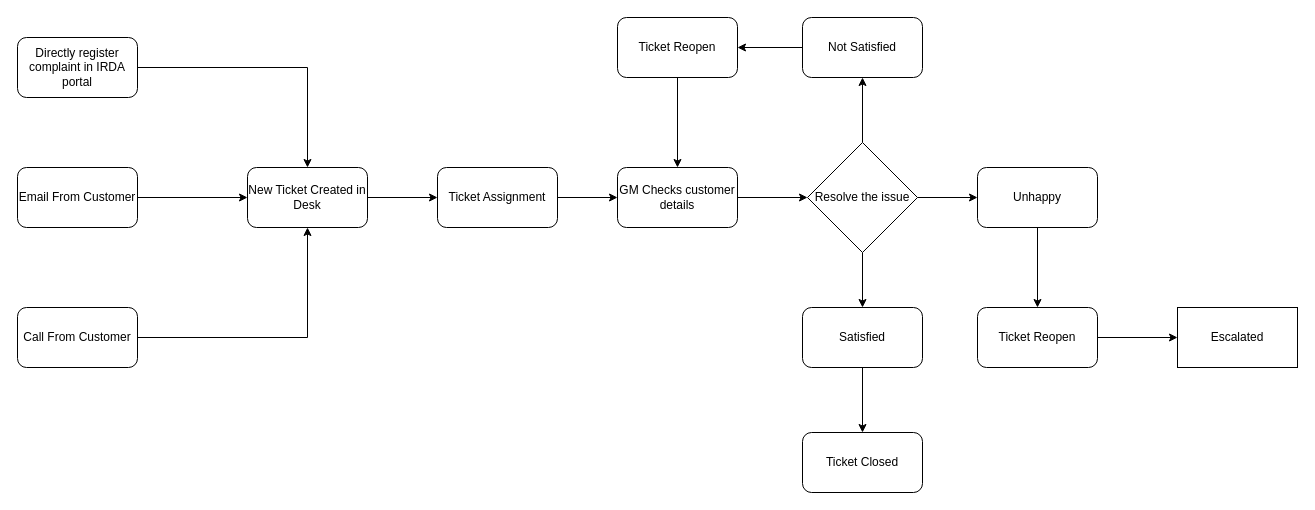
This is Grievance (IRDA).drawio from shaileshsreedar/Galaxy, a draw.io file, before an edit. Source tidied: cells renumbered, new cells numbered last; positions are measured from the earlier drawing's top-left corner, leaving out a move shared by most shapes. Both pictures are drawn from the tidied source at 100%, with x=0, y=0 at pixel (17, 17).
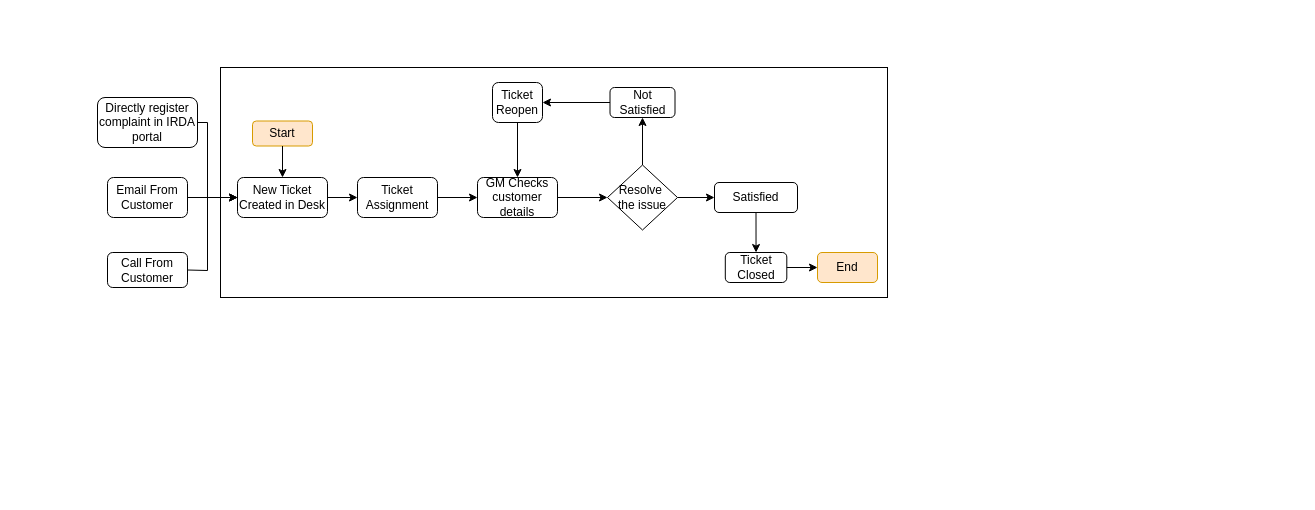
After the change.

Diff of the diagram source:
```diff
@@
-    <mxCell id="2" style="edgeStyle=orthogonalEdgeStyle;rounded=0;jettySize=auto;html=1;entryX=0.5;entryY=0;entryDx=0;entryDy=0;" parent="1" edge="1" source="3" target="9">
-      <mxGeometry relative="1" as="geometry" />
-    </mxCell>
+    <mxCell id="30" style="rounded=0;whiteSpace=wrap;html=1;" parent="1" vertex="1">
+      <mxGeometry x="203" y="50" width="667" height="230" as="geometry" />
+    </mxCell>
     <mxCell id="3" value="Directly register complaint in IRDA portal" style="rounded=1;whiteSpace=wrap;html=1;" parent="1" vertex="1">
-      <mxGeometry y="20" width="120" height="60" as="geometry" />
+      <mxGeometry x="80" y="80" width="100" height="50" as="geometry" />
     </mxCell>
@@
     <mxCell id="5" value="Email From Customer" style="rounded=1;whiteSpace=wrap;html=1;" parent="1" vertex="1">
-      <mxGeometry y="150" width="120" height="60" as="geometry" />
+      <mxGeometry x="90" y="160" width="80" height="40" as="geometry" />
     </mxCell>
-    <mxCell id="6" style="edgeStyle=orthogonalEdgeStyle;rounded=0;jettySize=auto;html=1;entryX=0.5;entryY=1;entryDx=0;entryDy=0;" parent="1" edge="1" source="7" target="9">
-      <mxGeometry relative="1" as="geometry" />
-    </mxCell>
     <mxCell id="7" value="Call From Customer" style="rounded=1;whiteSpace=wrap;html=1;" parent="1" vertex="1">
-      <mxGeometry y="290" width="120" height="60" as="geometry" />
+      <mxGeometry x="90" y="235" width="80" height="35" as="geometry" />
     </mxCell>
@@
     <mxCell id="9" value="New Ticket Created in Desk" style="rounded=1;whiteSpace=wrap;html=1;" parent="1" vertex="1">
-      <mxGeometry x="230" y="150" width="120" height="60" as="geometry" />
+      <mxGeometry x="220" y="160" width="90" height="40" as="geometry" />
     </mxCell>
@@
     <mxCell id="11" value="Ticket Assignment" style="rounded=1;whiteSpace=wrap;html=1;" parent="1" vertex="1">
-      <mxGeometry x="420" y="150" width="120" height="60" as="geometry" />
+      <mxGeometry x="340" y="160" width="80" height="40" as="geometry" />
     </mxCell>
@@
     <mxCell id="13" value="GM Checks customer details" style="rounded=1;whiteSpace=wrap;html=1;" parent="1" vertex="1">
-      <mxGeometry x="600" y="150" width="120" height="60" as="geometry" />
+      <mxGeometry x="460" y="160" width="80" height="40" as="geometry" />
     </mxCell>
-    <mxCell id="14" style="edgeStyle=orthogonalEdgeStyle;rounded=0;jettySize=auto;html=1;entryX=0;entryY=0.5;entryDx=0;entryDy=0;" parent="1" edge="1" source="17" target="19">
+    <mxCell id="14" style="edgeStyle=orthogonalEdgeStyle;rounded=0;jettySize=auto;html=1;entryX=0;entryY=0.5;entryDx=0;entryDy=0;" parent="1" edge="1" source="17" target="23">
       <mxGeometry relative="1" as="geometry" />
     </mxCell>
-    <mxCell id="15" style="edgeStyle=orthogonalEdgeStyle;rounded=0;jettySize=auto;html=1;entryX=0.5;entryY=1;entryDx=0;entryDy=0;" parent="1" edge="1" source="17" target="21">
-      <mxGeometry relative="1" as="geometry" />
-    </mxCell>
-    <mxCell id="16" style="edgeStyle=orthogonalEdgeStyle;rounded=0;jettySize=auto;html=1;entryX=0.5;entryY=0;entryDx=0;entryDy=0;" parent="1" edge="1" source="17" target="23">
-      <mxGeometry relative="1" as="geometry" />
-    </mxCell>
-    <mxCell id="17" value="Resolve the issue" style="rhombus;whiteSpace=wrap;html=1;" parent="1" vertex="1">
-      <mxGeometry x="790" y="125" width="110" height="110" as="geometry" />
+    <mxCell id="17" value="Resolve&amp;nbsp;&lt;div&gt;the issue&lt;/div&gt;" style="rhombus;whiteSpace=wrap;html=1;" parent="1" vertex="1">
+      <mxGeometry x="590" y="147.5" width="70" height="65" as="geometry" />
     </mxCell>
-    <mxCell id="18" style="edgeStyle=orthogonalEdgeStyle;rounded=0;jettySize=auto;html=1;entryX=0.5;entryY=0;entryDx=0;entryDy=0;" parent="1" edge="1" source="19" target="26">
-      <mxGeometry relative="1" as="geometry" />
-    </mxCell>
-    <mxCell id="19" value="Unhappy" style="rounded=1;whiteSpace=wrap;html=1;" parent="1" vertex="1">
-      <mxGeometry x="960" y="150" width="120" height="60" as="geometry" />
-    </mxCell>
@@
     <mxCell id="21" value="Not Satisfied" style="rounded=1;whiteSpace=wrap;html=1;" parent="1" vertex="1">
-      <mxGeometry x="785" width="120" height="60" as="geometry" />
+      <mxGeometry x="592.5" y="70" width="65" height="30" as="geometry" />
     </mxCell>
-    <mxCell id="22" style="edgeStyle=orthogonalEdgeStyle;rounded=0;jettySize=auto;html=1;entryX=0.5;entryY=0;entryDx=0;entryDy=0;" parent="1" edge="1" source="23" target="24">
-      <mxGeometry relative="1" as="geometry" />
-    </mxCell>
     <mxCell id="23" value="Satisfied" style="rounded=1;whiteSpace=wrap;html=1;" parent="1" vertex="1">
-      <mxGeometry x="785" y="290" width="120" height="60" as="geometry" />
+      <mxGeometry x="697" y="165" width="83" height="30" as="geometry" />
     </mxCell>
     <mxCell id="24" value="Ticket Closed" style="rounded=1;whiteSpace=wrap;html=1;" parent="1" vertex="1">
-      <mxGeometry x="785" y="415" width="120" height="60" as="geometry" />
+      <mxGeometry x="707.8" y="235" width="61.5" height="30" as="geometry" />
     </mxCell>
-    <mxCell id="25" style="edgeStyle=orthogonalEdgeStyle;rounded=0;jettySize=auto;html=1;" parent="1" edge="1" source="26" target="27">
-      <mxGeometry relative="1" as="geometry" />
-    </mxCell>
-    <mxCell id="26" value="Ticket Reopen" style="rounded=1;whiteSpace=wrap;html=1;" parent="1" vertex="1">
-      <mxGeometry x="960" y="290" width="120" height="60" as="geometry" />
-    </mxCell>
-    <mxCell id="27" value="Escalated" style="rounded=0;whiteSpace=wrap;html=1;" parent="1" vertex="1">
-      <mxGeometry x="1160" y="290" width="120" height="60" as="geometry" />
-    </mxCell>
@@
     <mxCell id="29" value="Ticket Reopen" style="rounded=1;whiteSpace=wrap;html=1;" parent="1" vertex="1">
-      <mxGeometry x="600" width="120" height="60" as="geometry" />
+      <mxGeometry x="475" y="65" width="50" height="40" as="geometry" />
     </mxCell>
+    <mxCell id="15" style="endArrow=classic;html=1;rounded=0;exitX=0.5;exitY=0;exitDx=0;exitDy=0;entryX=0.5;entryY=1;entryDx=0;entryDy=0;" parent="1" edge="1" source="17" target="21">
+      <mxGeometry relative="1" as="geometry" />
+    </mxCell>
+    <mxCell id="22" style="endArrow=classic;html=1;rounded=0;entryX=0.5;entryY=0;entryDx=0;entryDy=0;exitX=0.5;exitY=1;exitDx=0;exitDy=0;" parent="1" edge="1" source="23" target="24">
+      <mxGeometry relative="1" as="geometry" />
+    </mxCell>
+    <mxCell id="6" style="endArrow=classic;html=1;rounded=0;exitX=1;exitY=0.5;exitDx=0;exitDy=0;entryX=0;entryY=0.5;entryDx=0;entryDy=0;" parent="1" edge="1" source="7" target="9">
+      <mxGeometry relative="1" as="geometry">
+        <Array as="points">
+          <mxPoint x="190" y="253" />
+          <mxPoint x="190" y="180" />
+        </Array>
+      </mxGeometry>
+    </mxCell>
+    <mxCell id="2" style="endArrow=classic;html=1;rounded=0;exitX=1;exitY=0.5;exitDx=0;exitDy=0;entryX=0;entryY=0.5;entryDx=0;entryDy=0;" parent="1" edge="1" source="3" target="9">
+      <mxGeometry relative="1" as="geometry">
+        <Array as="points">
+          <mxPoint x="190" y="105" />
+          <mxPoint x="190" y="180" />
+        </Array>
+      </mxGeometry>
+    </mxCell>
+    <mxCell id="31" value="Start" style="rounded=1;whiteSpace=wrap;html=1;fillColor=#ffe6cc;strokeColor=#d79b00;" parent="1" vertex="1">
+      <mxGeometry x="235" y="103.5" width="60" height="25" as="geometry" />
+    </mxCell>
+    <mxCell id="32" style="endArrow=classic;html=1;rounded=0;exitX=0.5;exitY=1;exitDx=0;exitDy=0;entryX=0.5;entryY=0;entryDx=0;entryDy=0;" parent="1" edge="1" source="31" target="9">
+      <mxGeometry relative="1" as="geometry" />
+    </mxCell>
+    <mxCell id="33" style="endArrow=classic;html=1;rounded=0;entryX=0;entryY=0.5;entryDx=0;entryDy=0;exitX=1;exitY=0.5;exitDx=0;exitDy=0;" parent="1" edge="1" source="24" target="34">
+      <mxGeometry relative="1" as="geometry" />
+    </mxCell>
+    <mxCell id="34" value="End" style="rounded=1;whiteSpace=wrap;html=1;fillColor=#ffe6cc;strokeColor=#d79b00;" parent="1" vertex="1">
+      <mxGeometry x="800" y="235" width="60" height="30" as="geometry" />
+    </mxCell>
```
